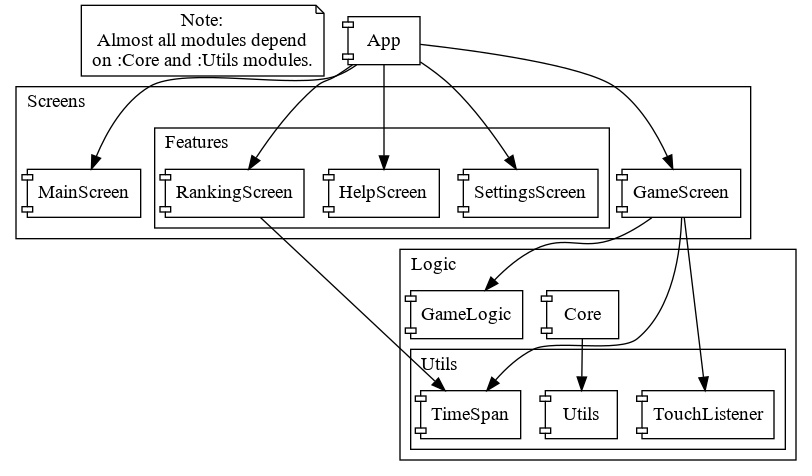
The Graphviz diagram projectinfo/modulesscheme/ModulesScheme.png in surovtsev-alexander/cool_3d_minesweeper, before a commit. Its source is kept beside it as projectinfo/modulesscheme/modulesscheme.dot. The source it was exported from:
```dot
digraph G {
    graph[center=true];
    node[shape=component];
    labeljust="l";

    Note [shape="note", label="Note:\nAlmost all modules depend\non :Core and :Utils modules."];

    App;

    subgraph cluster_1 {
        label="Logic";

        Core;
        GameLogic;

        subgraph cluster_2 {
            label="Utils";

            TimeSpan;
            TouchListener;
            Utils;
        };
    };

    subgraph cluster_3 {
        label="Screens";

        subgraph cluster_4 {
            label="Features";

            HelpScreen;
            RankingScreen;
            SettingsScreen;
        };
        GameScreen;
        MainScreen;
    };

    App -> MainScreen;
    App -> GameScreen;
    App -> RankingScreen;
    App -> SettingsScreen;
    App -> HelpScreen;

    Core -> Utils;





    RankingScreen -> TimeSpan;


    GameScreen -> GameLogic;
    GameScreen -> TouchListener;
    GameScreen -> TimeSpan;

}
```
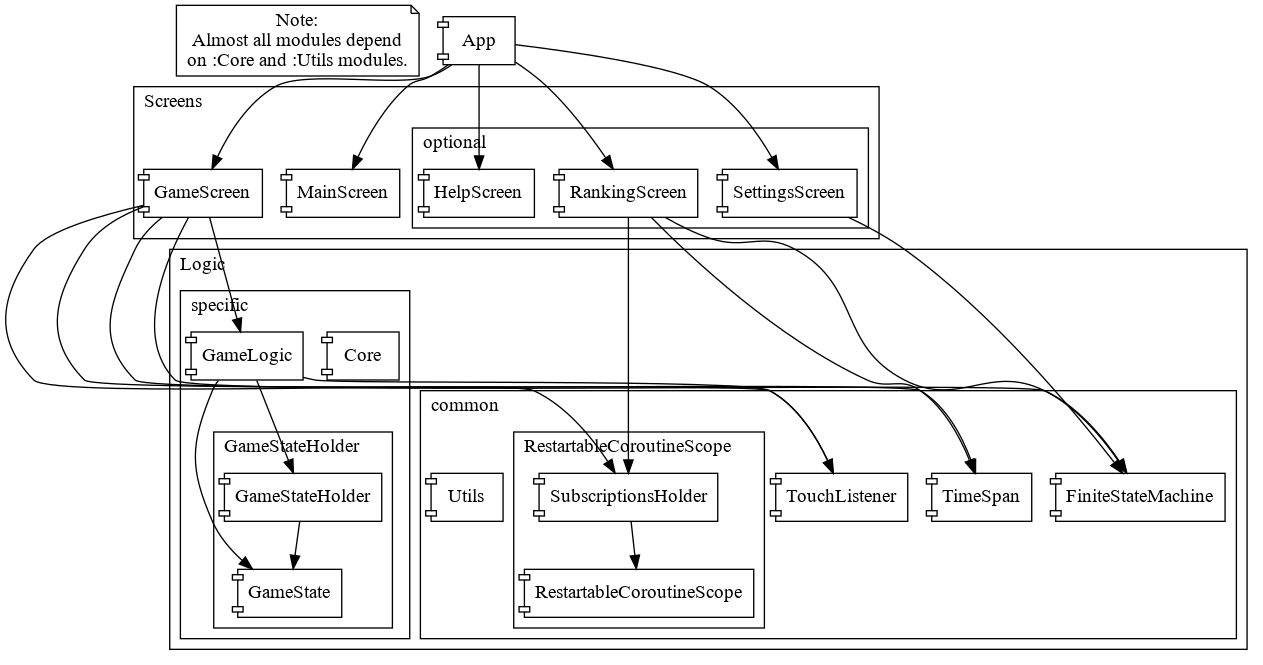
After the change.

What changed in the source:
```diff
@@ -10,30 +10,51 @@
     subgraph cluster_1 {
         label="Logic";
 
-        Core;
-        GameLogic;
+        subgraph cluster_2 {
+            label="common"
 
-        subgraph cluster_2 {
-            label="Utils";
+            FiniteStateMachine;
+
+            subgraph cluster_3 {
+                label="RestartableCoroutineScope"
+
+                RestartableCoroutineScope;
+                SubscriptionsHolder;
+            }
 
             TimeSpan;
             TouchListener;
-            Utils;
+            Utils [shape=component];
+        }
+
+        subgraph cluster_4 {
+            label="specific";
+
+            Core;
+            GameLogic;
+
+            subgraph cluster5 {
+                label = "GameStateHolder"
+
+                GameState;
+                GameStateHolder;
+            };
         };
     };
 
-    subgraph cluster_3 {
+    subgraph cluster_6 {
         label="Screens";
 
-        subgraph cluster_4 {
-            label="Features";
+        GameScreen;
+        MainScreen;
+
+        subgraph cluster_7 {
+            label="optional";
 
             HelpScreen;
             RankingScreen;
             SettingsScreen;
         };
-        GameScreen;
-        MainScreen;
     };
 
     App -> MainScreen;
@@ -42,16 +63,31 @@
     App -> SettingsScreen;
     App -> HelpScreen;
 
-    Core -> Utils;
+
+    GameLogic -> TouchListener;
+    GameLogic -> GameState;
+    GameLogic -> GameStateHolder;
 
 
 
 
 
+    RankingScreen -> FiniteStateMachine;
+    RankingScreen -> SubscriptionsHolder;
     RankingScreen -> TimeSpan;
 
+    SubscriptionsHolder -> RestartableCoroutineScope;
 
+
+    GameStateHolder -> GameState;
+
+
+    SettingsScreen -> FiniteStateMachine;
+
+
+    GameScreen -> FiniteStateMachine;
     GameScreen -> GameLogic;
+    GameScreen -> SubscriptionsHolder;
     GameScreen -> TouchListener;
     GameScreen -> TimeSpan;
 
```
